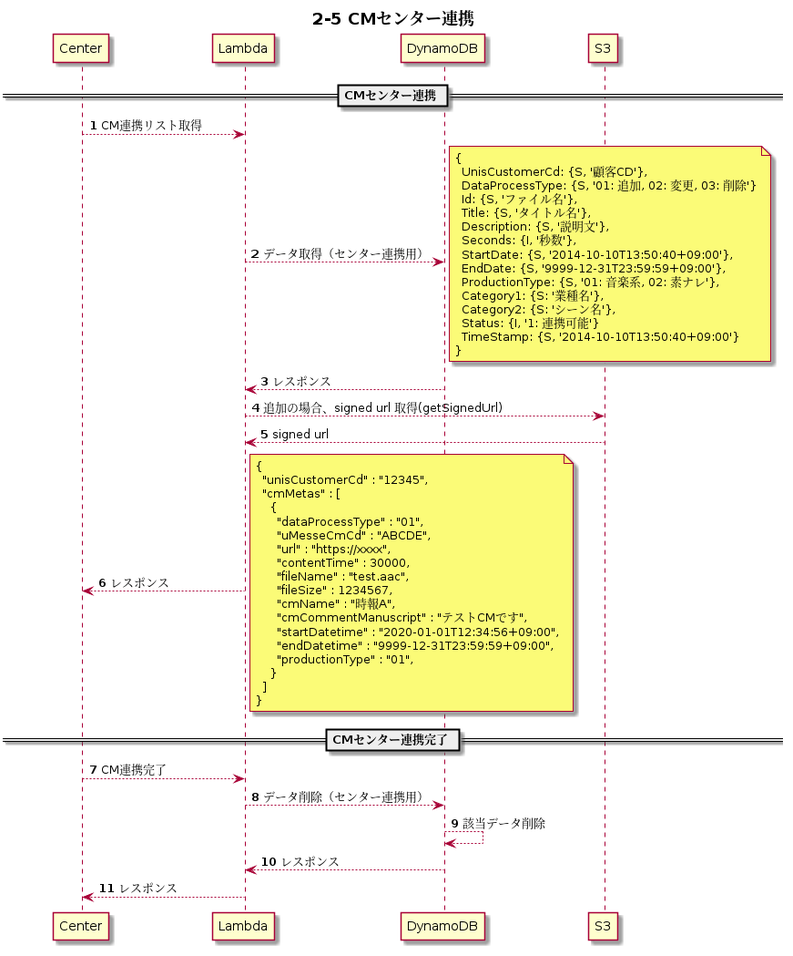
The PlantUML diagram documents/uml/s2-5.png in y-watanabe-usen/umesse-test, before a commit. Its diagram source:
```plantuml
@startuml s2-5

participant Center order 1
participant Lambda order 2
participant DynamoDB order 3
participant S3 order 4
skinparam ParticipantPadding 50
autonumber

title ** 2-5 CMセンター連携 **

== CMセンター連携 ==
Center --> Lambda: CM連携リスト取得
Lambda --> DynamoDB: データ取得（センター連携用）
note right
{
  UnisCustomerCd: {S, '顧客CD'},
  DataProcessType: {S, '01: 追加, 02: 変更, 03: 削除'}
  Id: {S, 'ファイル名'},
  Title: {S, 'タイトル名'},
  Description: {S, '説明文'},
  Seconds: {I, '秒数'},
  StartDate: {S, '2014-10-10T13:50:40+09:00'},
  EndDate: {S, '9999-12-31T23:59:59+09:00'},
  ProductionType: {S, '01: 音楽系, 02: 素ナレ'},
  Category1: {S: '業種名'},
  Category2: {S: 'シーン名'},
  Status: {I, '1: 連携可能'}
  TimeStamp: {S, '2014-10-10T13:50:40+09:00'}
}
end note
Lambda <-- DynamoDB: レスポンス
Lambda --> S3: 追加の場合、signed url 取得(getSignedUrl)
Lambda <-- S3: signed url
Center <-- Lambda: レスポンス
note right
{
  "unisCustomerCd" : "12345",
  "cmMetas" : [
    {
      "dataProcessType" : "01",
      "uMesseCmCd" : "ABCDE",
      "url" : "https://xxxx",
      "contentTime" : 30000,
      "fileName" : "test.aac",
      "fileSize" : 1234567,
      "cmName" : "時報A",
      "cmCommentManuscript" : "テストCMです",
      "startDatetime" : "2020-01-01T12:34:56+09:00",
      "endDatetime" : "9999-12-31T23:59:59+09:00",
      "productionType" : "01",
    }
  ]
}
end note

== CMセンター連携完了 ==
Center --> Lambda: CM連携完了
Lambda --> DynamoDB: データ削除（センター連携用）
DynamoDB --> DynamoDB: 該当データ削除
Lambda <-- DynamoDB: レスポンス
Center <-- Lambda: レスポンス

@enduml
```
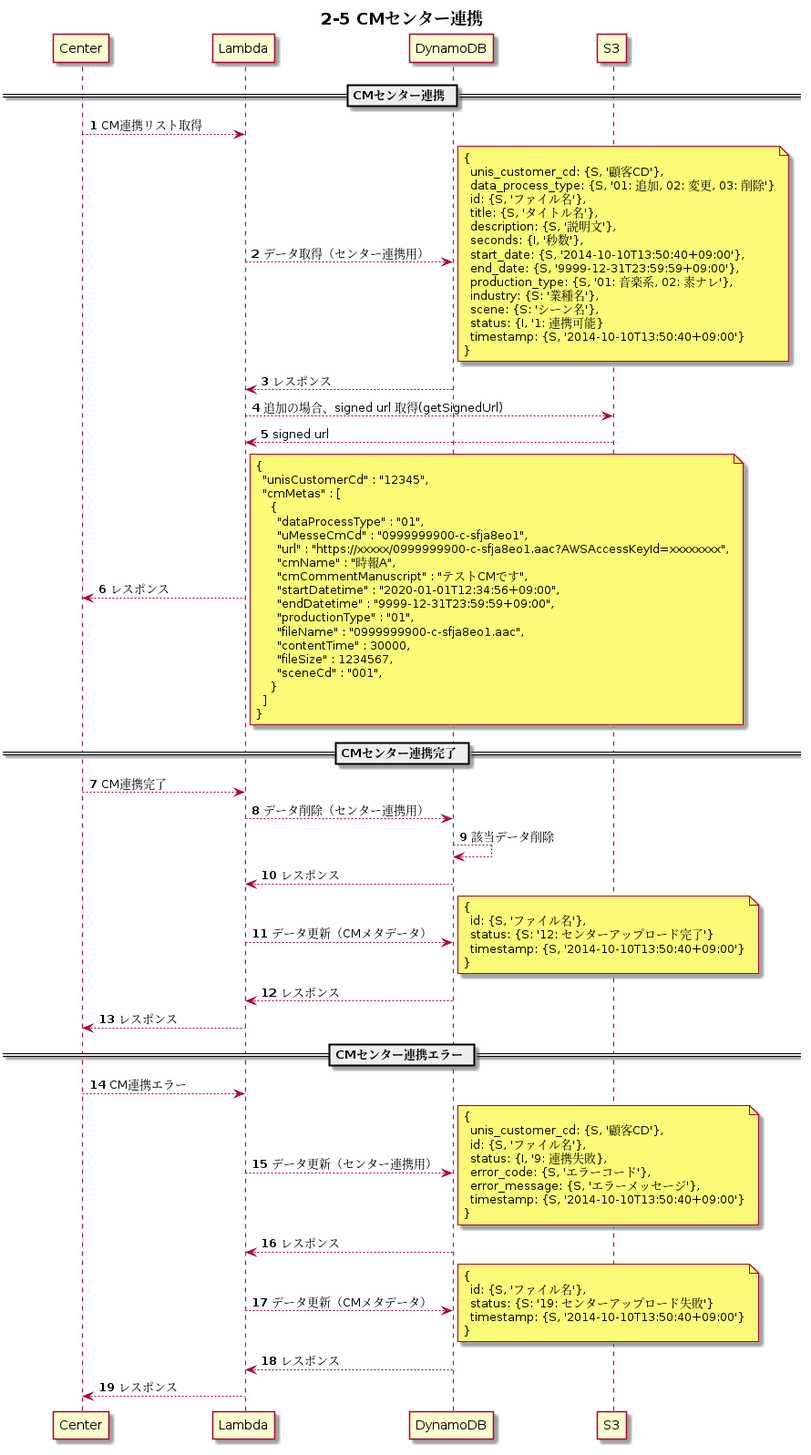
Above is the later version.

Diff of the diagram source:
```diff
@@ -14,19 +14,19 @@
 Lambda --> DynamoDB: データ取得（センター連携用）
 note right
 {
-  UnisCustomerCd: {S, '顧客CD'},
-  DataProcessType: {S, '01: 追加, 02: 変更, 03: 削除'}
-  Id: {S, 'ファイル名'},
-  Title: {S, 'タイトル名'},
-  Description: {S, '説明文'},
-  Seconds: {I, '秒数'},
-  StartDate: {S, '2014-10-10T13:50:40+09:00'},
-  EndDate: {S, '9999-12-31T23:59:59+09:00'},
-  ProductionType: {S, '01: 音楽系, 02: 素ナレ'},
-  Category1: {S: '業種名'},
-  Category2: {S: 'シーン名'},
-  Status: {I, '1: 連携可能'}
-  TimeStamp: {S, '2014-10-10T13:50:40+09:00'}
+  unis_customer_cd: {S, '顧客CD'},
+  data_process_type: {S, '01: 追加, 02: 変更, 03: 削除'}
+  id: {S, 'ファイル名'},
+  title: {S, 'タイトル名'},
+  description: {S, '説明文'},
+  seconds: {I, '秒数'},
+  start_date: {S, '2014-10-10T13:50:40+09:00'},
+  end_date: {S, '9999-12-31T23:59:59+09:00'},
+  production_type: {S, '01: 音楽系, 02: 素ナレ'},
+  industry: {S: '業種名'},
+  scene: {S: 'シーン名'},
+  status: {I, '1: 連携可能}
+  timestamp: {S, '2014-10-10T13:50:40+09:00'}
 }
 end note
 Lambda <-- DynamoDB: レスポンス
@@ -39,16 +39,17 @@
   "cmMetas" : [
     {
       "dataProcessType" : "01",
-      "uMesseCmCd" : "ABCDE",
-      "url" : "https://xxxx",
-      "contentTime" : 30000,
-      "fileName" : "test.aac",
-      "fileSize" : 1234567,
+      "uMesseCmCd" : "0999999900-c-sfja8eo1",
+      "url" : "https://xxxxx/0999999900-c-sfja8eo1.aac?AWSAccessKeyId=xxxxxxxx",
       "cmName" : "時報A",
       "cmCommentManuscript" : "テストCMです",
       "startDatetime" : "2020-01-01T12:34:56+09:00",
       "endDatetime" : "9999-12-31T23:59:59+09:00",
       "productionType" : "01",
+      "fileName" : "0999999900-c-sfja8eo1.aac",
+      "contentTime" : 30000,
+      "fileSize" : 1234567,
+      "sceneCd" : "001",
     }
   ]
 }
@@ -59,6 +60,41 @@
 Lambda --> DynamoDB: データ削除（センター連携用）
 DynamoDB --> DynamoDB: 該当データ削除
 Lambda <-- DynamoDB: レスポンス
+Lambda --> DynamoDB: データ更新（CMメタデータ）
+note right
+{
+  id: {S, 'ファイル名'},
+  status: {S: '12: センターアップロード完了'}
+  timestamp: {S, '2014-10-10T13:50:40+09:00'}
+}
+end note
+Lambda <-- DynamoDB: レスポンス
 Center <-- Lambda: レスポンス
 
+== CMセンター連携エラー ==
+Center --> Lambda: CM連携エラー
+Lambda --> DynamoDB: データ更新（センター連携用）
+note right
+{
+  unis_customer_cd: {S, '顧客CD'},
+  id: {S, 'ファイル名'},
+  status: {I, '9: 連携失敗},
+  error_code: {S, 'エラーコード'},
+  error_message: {S, 'エラーメッセージ'},
+  timestamp: {S, '2014-10-10T13:50:40+09:00'}
+}
+end note
+Lambda <-- DynamoDB: レスポンス
+Lambda --> DynamoDB: データ更新（CMメタデータ）
+note right
+{
+  id: {S, 'ファイル名'},
+  status: {S: '19: センターアップロード失敗'}
+  timestamp: {S, '2014-10-10T13:50:40+09:00'}
+}
+end note
+Lambda <-- DynamoDB: レスポンス
+Center <-- Lambda: レスポンス
+
+
 @enduml
```
